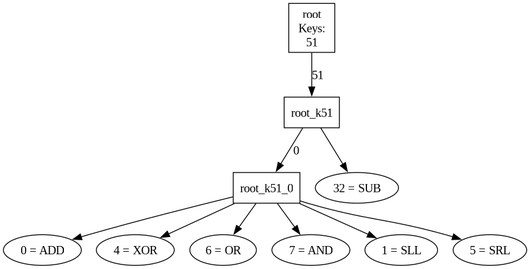
The Graphviz diagram tree.png in Barkir/ProtDSL, before a commit. Its source is kept beside it as tree.dot.
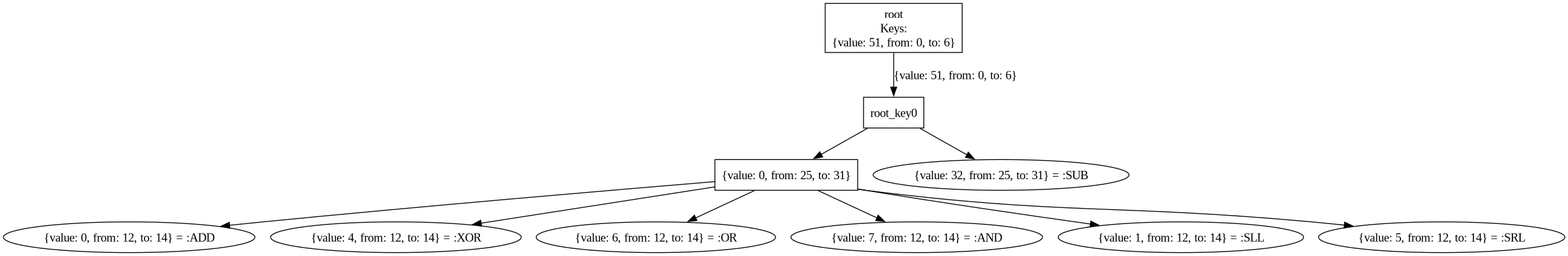
The same diagram one commit later.

What changed in the source:
```diff
@@ -1,20 +1,21 @@
 digraph {
   node [shape=box];
-  root [label="root\nKeys:\n51"];
-  root -> root_k51 [label="51"];
-  root_k51 -> root_k51_0 [label="0"];
-  root_k51_0_0 [label="0 = ADD", shape=ellipse];
-  root_k51_0 -> root_k51_0_0;
-  root_k51_0_4 [label="4 = XOR", shape=ellipse];
-  root_k51_0 -> root_k51_0_4;
-  root_k51_0_6 [label="6 = OR", shape=ellipse];
-  root_k51_0 -> root_k51_0_6;
-  root_k51_0_7 [label="7 = AND", shape=ellipse];
-  root_k51_0 -> root_k51_0_7;
-  root_k51_0_1 [label="1 = SLL", shape=ellipse];
-  root_k51_0 -> root_k51_0_1;
-  root_k51_0_5 [label="5 = SRL", shape=ellipse];
-  root_k51_0 -> root_k51_0_5;
-  root_k51_32 [label="32 = SUB", shape=ellipse];
-  root_k51 -> root_k51_32;
+  root [label="root\nKeys:\n{value: 51, from: 0, to: 6}"];
+  root -> root_key0 [label="{value: 51, from: 0, to: 6}"];
+  root_key0_0 [label="{value: 0, from: 25, to: 31}"];
+  root_key0 -> root_key0_0;
+  root_key0_0_0 [label="{value: 0, from: 12, to: 14} = :ADD", shape=ellipse];
+  root_key0_0 -> root_key0_0_0;
+  root_key0_0_1 [label="{value: 4, from: 12, to: 14} = :XOR", shape=ellipse];
+  root_key0_0 -> root_key0_0_1;
+  root_key0_0_2 [label="{value: 6, from: 12, to: 14} = :OR", shape=ellipse];
+  root_key0_0 -> root_key0_0_2;
+  root_key0_0_3 [label="{value: 7, from: 12, to: 14} = :AND", shape=ellipse];
+  root_key0_0 -> root_key0_0_3;
+  root_key0_0_4 [label="{value: 1, from: 12, to: 14} = :SLL", shape=ellipse];
+  root_key0_0 -> root_key0_0_4;
+  root_key0_0_5 [label="{value: 5, from: 12, to: 14} = :SRL", shape=ellipse];
+  root_key0_0 -> root_key0_0_5;
+  root_key0_1 [label="{value: 32, from: 25, to: 31} = :SUB", shape=ellipse];
+  root_key0 -> root_key0_1;
 }
```
